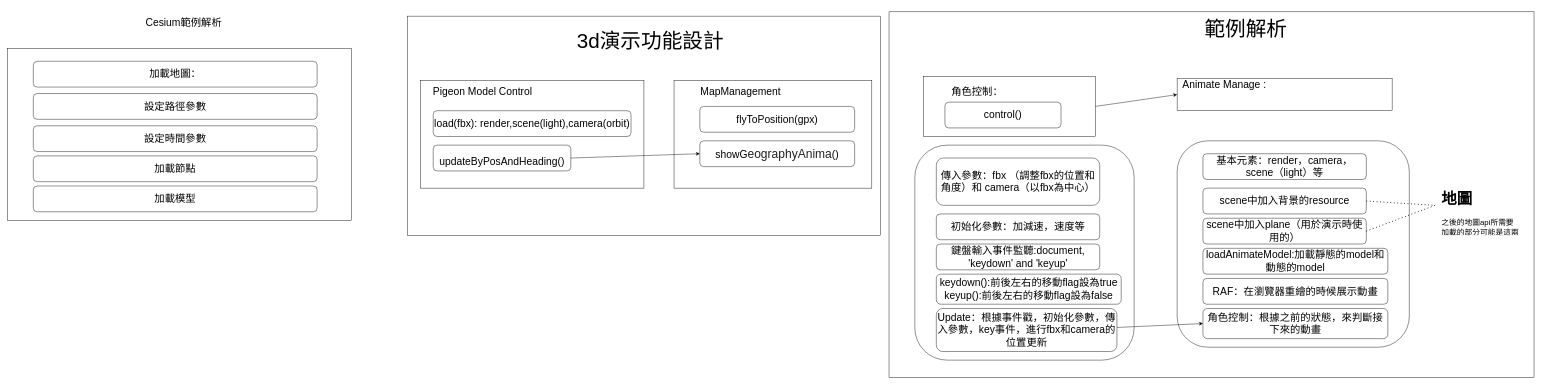
Before: JsonLearning/animateAndMoveByKey.drawio in pengzhen80/PigeonRace, a draw.io diagram. Source tidied: cells renumbered, new cells numbered last; positions are measured from the earlier drawing's top-left corner, leaving out a move shared by most shapes. Both pictures are drawn from the tidied source at 43%, with x=0, y=0 at pixel (7, 7).
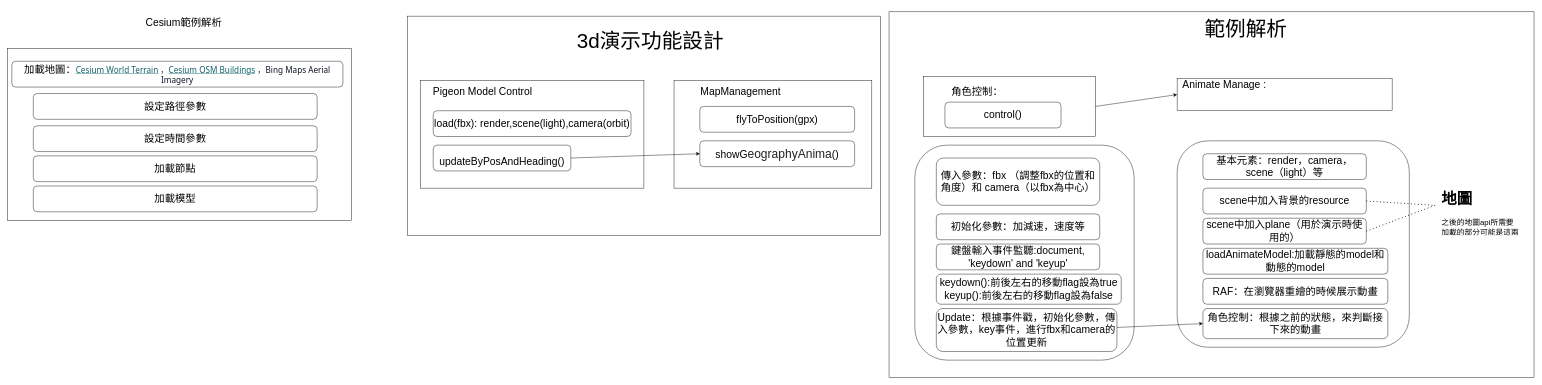
The same page after the edit.

The edit, as a diff of the source:
```diff
@@
-    <mxCell id="39" value="&lt;font style=&quot;font-size: 24px&quot;&gt;加載地圖：&lt;/font&gt;" style="rounded=1;whiteSpace=wrap;html=1;" parent="1" vertex="1">
-      <mxGeometry x="60" y="125" width="660" height="60" as="geometry" />
+    <mxCell id="39" value="&lt;font style=&quot;font-size: 24px&quot;&gt;加載地圖：&lt;/font&gt;&lt;a href=&quot;https://cesium.com/platform/cesium-ion/content/cesium-world-terrain/&quot; style=&quot;background-color: transparent ; color: rgb(15 , 98 , 105) ; font-family: &amp;#34;sarabun&amp;#34; , &amp;#34;avenir book&amp;#34; , &amp;#34;noto sans&amp;#34; , &amp;#34;helvetica&amp;#34; , sans-serif ; font-size: 19px ; text-align: left&quot;&gt;Cesium World Terrain&lt;/a&gt;&lt;span style=&quot;color: rgb(14 , 20 , 34) ; font-family: &amp;#34;sarabun&amp;#34; , &amp;#34;avenir book&amp;#34; , &amp;#34;noto sans&amp;#34; , &amp;#34;helvetica&amp;#34; , sans-serif ; font-size: 19px ; text-align: left&quot;&gt;&amp;nbsp;，&lt;/span&gt;&lt;a href=&quot;https://cesium.com/platform/cesium-ion/content/cesium-osm-buildings/&quot; style=&quot;background-color: transparent ; color: rgb(15 , 98 , 105) ; font-family: &amp;#34;sarabun&amp;#34; , &amp;#34;avenir book&amp;#34; , &amp;#34;noto sans&amp;#34; , &amp;#34;helvetica&amp;#34; , sans-serif ; font-size: 19px ; text-align: left&quot;&gt;Cesium OSM Buildings&lt;/a&gt;&lt;span style=&quot;color: rgb(14 , 20 , 34) ; font-family: &amp;#34;sarabun&amp;#34; , &amp;#34;avenir book&amp;#34; , &amp;#34;noto sans&amp;#34; , &amp;#34;helvetica&amp;#34; , sans-serif ; font-size: 19px ; text-align: left&quot;&gt;&amp;nbsp;，&lt;/span&gt;&lt;span style=&quot;color: rgb(14 , 20 , 34) ; font-family: &amp;#34;sarabun&amp;#34; , &amp;#34;avenir book&amp;#34; , &amp;#34;noto sans&amp;#34; , &amp;#34;helvetica&amp;#34; , sans-serif ; font-size: 19px ; text-align: left&quot;&gt;Bing Maps Aerial Imagery&lt;/span&gt;" style="rounded=1;whiteSpace=wrap;html=1;" parent="1" vertex="1">
+      <mxGeometry x="10" y="125" width="770" height="60" as="geometry" />
     </mxCell>
```
